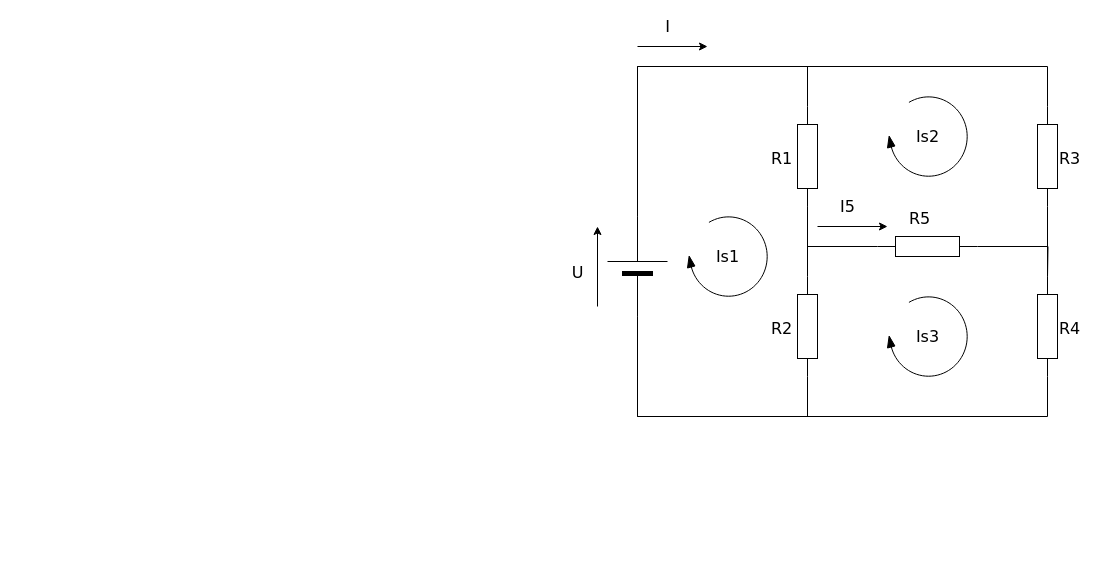
This is Untitled Diagram.drawio from glennquah/Bites-by-Bytes, a draw.io file, before an edit. Source tidied: cells renumbered, new cells numbered last; positions are measured from the earlier drawing's top-left corner, leaving out a move shared by most shapes. Both pictures are drawn from the tidied source at 100%, with x=0, y=0 at pixel (587, 46). Pictures stored in the file or linked from it are replaced by grey dashed boxes.
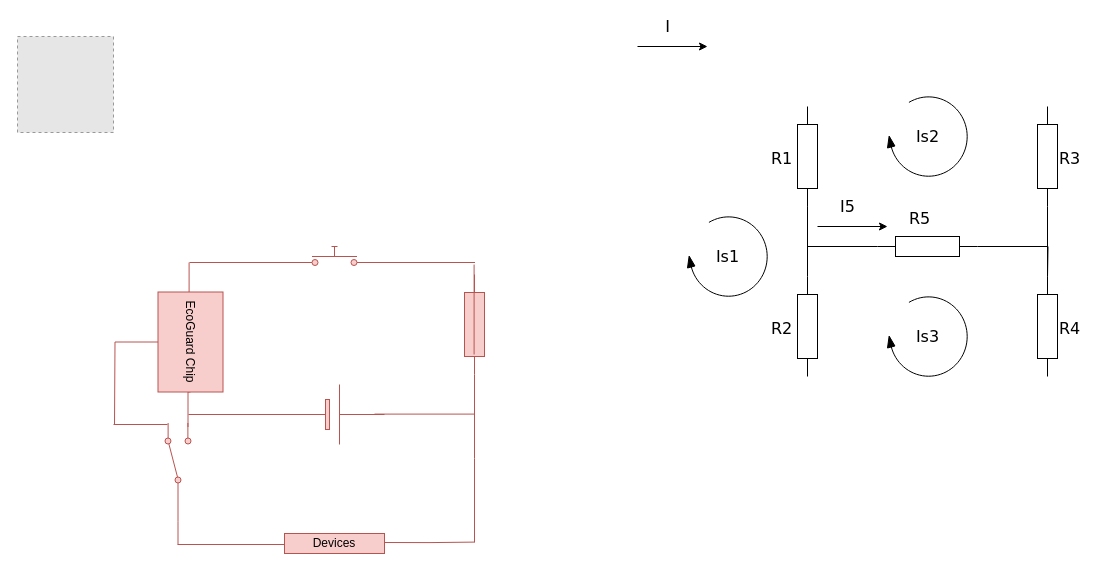
The same page after the edit.

The change refers to these unchanged cells:
```xml
<mxCell id="7" style="verticalLabelPosition=bottom;shadow=0;dashed=0;align=center;html=1;verticalAlign=top;strokeWidth=1;shape=mxgraph.electrical.resistors.resistor_1;rounded=1;comic=0;labelBackgroundColor=none;fontFamily=Verdana;fontSize=12;rotation=-90;" parent="1" vertex="1">
  <mxGeometry x="170" y="100" width="100" height="20" as="geometry" />
</mxCell>
<mxCell id="9" style="verticalLabelPosition=bottom;shadow=0;dashed=0;align=center;html=1;verticalAlign=top;strokeWidth=1;shape=mxgraph.electrical.resistors.resistor_1;rounded=1;comic=0;labelBackgroundColor=none;fontFamily=Verdana;fontSize=12;rotation=-90;" parent="1" vertex="1">
  <mxGeometry x="410" y="100" width="100" height="20" as="geometry" />
</mxCell>
<mxCell id="11" style="verticalLabelPosition=bottom;shadow=0;dashed=0;align=center;html=1;verticalAlign=top;strokeWidth=1;shape=mxgraph.electrical.resistors.resistor_1;rounded=1;comic=0;labelBackgroundColor=none;fontFamily=Verdana;fontSize=12;rotation=-90;" parent="1" vertex="1">
  <mxGeometry x="170" y="270" width="100" height="20" as="geometry" />
</mxCell>
<mxCell id="13" style="verticalLabelPosition=bottom;shadow=0;dashed=0;align=center;html=1;verticalAlign=top;strokeWidth=1;shape=mxgraph.electrical.resistors.resistor_1;rounded=1;comic=0;labelBackgroundColor=none;fontFamily=Verdana;fontSize=12;rotation=-90;" parent="1" vertex="1">
  <mxGeometry x="410" y="270" width="100" height="20" as="geometry" />
</mxCell>
```

What changed in the source:
```diff
@@
-    <mxCell id="2" style="edgeStyle=orthogonalEdgeStyle;rounded=0;html=1;exitX=1;exitY=0.5;exitPerimeter=0;entryX=1;entryY=0.5;entryPerimeter=0;labelBackgroundColor=none;startArrow=none;startFill=0;startSize=5;endArrow=none;endFill=0;endSize=5;jettySize=auto;strokeWidth=1;fontFamily=Verdana;fontSize=12;" parent="1" edge="1" source="4" target="7">
-      <mxGeometry relative="1" as="geometry">
-        <Array as="points">
-          <mxPoint x="50" y="20" />
-          <mxPoint x="220" y="20" />
-        </Array>
-      </mxGeometry>
-    </mxCell>
-    <mxCell id="3" style="edgeStyle=orthogonalEdgeStyle;rounded=0;html=1;exitX=1;exitY=0.5;exitPerimeter=0;entryX=1;entryY=0.5;entryPerimeter=0;labelBackgroundColor=none;startArrow=none;startFill=0;startSize=5;endArrow=none;endFill=0;endSize=5;jettySize=auto;strokeWidth=1;fontFamily=Verdana;fontSize=12;" parent="1" edge="1" source="4" target="9">
-      <mxGeometry relative="1" as="geometry">
-        <Array as="points">
-          <mxPoint x="50" y="20" />
-          <mxPoint x="460" y="20" />
-        </Array>
-      </mxGeometry>
-    </mxCell>
+    <mxCell id="27" style="edgeStyle=orthogonalEdgeStyle;rounded=0;jettySize=auto;html=1;endArrow=none;endFill=0;exitX=1;exitY=0.5;exitDx=0;exitDy=0;exitPerimeter=0;fillColor=#f8cecc;strokeColor=#b85450;" parent="1" edge="1" source="28">
+      <mxGeometry relative="1" as="geometry">
+        <mxPoint x="-113" y="496" as="targetPoint" />
+      </mxGeometry>
+    </mxCell>
+    <mxCell id="28" style="verticalLabelPosition=bottom;shadow=0;dashed=0;align=center;html=1;verticalAlign=top;shape=mxgraph.electrical.resistors.resistor_1;rotation=90;fillColor=#f8cecc;strokeColor=#b85450;" parent="1" vertex="1">
+      <mxGeometry x="-163" y="268" width="100" height="20" as="geometry" />
+    </mxCell>
+    <mxCell id="29" style="edgeStyle=orthogonalEdgeStyle;rounded=0;orthogonalLoop=1;jettySize=auto;html=1;endArrow=none;endFill=0;fillColor=#f8cecc;strokeColor=#b85450;" parent="1" edge="1">
+      <mxGeometry relative="1" as="geometry">
+        <mxPoint x="-299" y="368" as="sourcePoint" />
+        <mxPoint x="-399" y="368" as="targetPoint" />
+      </mxGeometry>
+    </mxCell>
-    <mxCell id="4" style="verticalLabelPosition=bottom;shadow=0;dashed=0;align=center;fillColor=#000000;html=1;verticalAlign=top;strokeWidth=1;shape=mxgraph.electrical.miscellaneous.monocell_battery;rounded=1;comic=0;labelBackgroundColor=none;fontFamily=Verdana;fontSize=12;rotation=-90;" parent="1" vertex="1">
-      <mxGeometry y="190" width="100" height="60" as="geometry" />
+    <mxCell id="4" style="verticalLabelPosition=bottom;shadow=0;dashed=0;align=center;fillColor=#f8cecc;html=1;verticalAlign=top;strokeWidth=1;shape=mxgraph.electrical.miscellaneous.monocell_battery;rounded=1;comic=0;labelBackgroundColor=none;fontFamily=Verdana;fontSize=12;rotation=0;strokeColor=#b85450;" parent="1" vertex="1">
+      <mxGeometry x="-303" y="338" width="100" height="60" as="geometry" />
     </mxCell>
@@
-    <mxCell id="10" style="edgeStyle=orthogonalEdgeStyle;rounded=0;html=1;exitX=0;exitY=0.5;exitPerimeter=0;entryX=0;entryY=0.5;entryPerimeter=0;labelBackgroundColor=none;startArrow=none;startFill=0;startSize=5;endArrow=none;endFill=0;endSize=5;jettySize=auto;strokeWidth=1;fontFamily=Verdana;fontSize=12;" parent="1" edge="1" source="11" target="4">
-      <mxGeometry relative="1" as="geometry">
-        <Array as="points">
-          <mxPoint x="220" y="370" />
-          <mxPoint x="50" y="370" />
-        </Array>
-      </mxGeometry>
-    </mxCell>
@@
-    <mxCell id="12" style="edgeStyle=orthogonalEdgeStyle;rounded=0;html=1;exitX=0;exitY=0.5;exitPerimeter=0;entryX=0;entryY=0.5;entryPerimeter=0;labelBackgroundColor=none;startArrow=none;startFill=0;startSize=5;endArrow=none;endFill=0;endSize=5;jettySize=auto;strokeWidth=1;fontFamily=Verdana;fontSize=12;" parent="1" edge="1" source="13" target="4">
-      <mxGeometry relative="1" as="geometry">
-        <Array as="points">
-          <mxPoint x="460" y="370" />
-          <mxPoint x="50" y="370" />
-        </Array>
-      </mxGeometry>
-    </mxCell>
@@
-    <mxCell id="22" value="U" style="endArrow=classic;html=1;labelBackgroundColor=none;strokeWidth=1;fontFamily=Verdana;fontSize=16;" parent="1" edge="1">
-      <mxGeometry x="-0.14" y="20" relative="1" as="geometry">
-        <mxPoint x="10" y="260" as="sourcePoint" />
-        <mxPoint x="10" y="180" as="targetPoint" />
-      </mxGeometry>
-    </mxCell>
@@
+    <mxCell id="30" style="fillColor=#E6E6E6;strokeColor=#999999;dashed=1;verticalLabelPosition=bottom;labelBackgroundColor=default;verticalAlign=top;" parent="1" vertex="1">
+      <mxGeometry x="-570" y="-10" width="96" height="96" as="geometry" />
+    </mxCell>
+    <mxCell id="31" style="edgeStyle=orthogonalEdgeStyle;rounded=0;orthogonalLoop=1;jettySize=auto;html=1;endArrow=none;endFill=0;fillColor=#f8cecc;strokeColor=#b85450;" parent="1" edge="1">
+      <mxGeometry relative="1" as="geometry">
+        <mxPoint x="-285.5" y="216" as="sourcePoint" />
+        <mxPoint x="-398" y="216" as="targetPoint" />
+      </mxGeometry>
+    </mxCell>
+    <mxCell id="32" style="html=1;shape=mxgraph.electrical.electro-mechanical.pushbutton;elSwitchState=off;fillColor=#f8cecc;strokeColor=#b85450;" parent="1" vertex="1">
+      <mxGeometry x="-290.5" y="200" width="75" height="20" as="geometry" />
+    </mxCell>
+    <mxCell id="33" style="edgeStyle=orthogonalEdgeStyle;rounded=0;jettySize=auto;html=1;entryX=1;entryY=0.8;entryDx=0;entryDy=0;endArrow=none;endFill=0;exitX=1;exitY=0.5;exitDx=0;exitDy=0;fillColor=#f8cecc;strokeColor=#b85450;" parent="1" edge="1" source="45">
+      <mxGeometry relative="1" as="geometry">
+        <mxPoint x="-399.5" y="380.5" as="targetPoint" />
+      </mxGeometry>
+    </mxCell>
+    <mxCell id="34" style="edgeStyle=orthogonalEdgeStyle;rounded=0;orthogonalLoop=1;jettySize=auto;html=1;entryX=1;entryY=0.8;entryDx=0;entryDy=0;endArrow=none;endFill=0;fillColor=#f8cecc;strokeColor=#b85450;" parent="1" edge="1">
+      <mxGeometry relative="1" as="geometry">
+        <mxPoint x="-398.4" y="216" as="sourcePoint" />
+        <mxPoint x="-398.4" y="249" as="targetPoint" />
+      </mxGeometry>
+    </mxCell>
+    <mxCell id="35" style="edgeStyle=orthogonalEdgeStyle;rounded=0;orthogonalLoop=1;jettySize=auto;html=1;endArrow=none;endFill=0;fillColor=#f8cecc;strokeColor=#b85450;" parent="1" edge="1">
+      <mxGeometry relative="1" as="geometry">
+        <mxPoint x="-113.4" y="218" as="sourcePoint" />
+        <mxPoint x="-113.4" y="308" as="targetPoint" />
+      </mxGeometry>
+    </mxCell>
+    <mxCell id="36" style="edgeStyle=orthogonalEdgeStyle;rounded=0;orthogonalLoop=1;jettySize=auto;html=1;endArrow=none;endFill=0;fillColor=#f8cecc;strokeColor=#b85450;" parent="1" edge="1">
+      <mxGeometry relative="1" as="geometry">
+        <mxPoint x="-112.5" y="216" as="sourcePoint" />
+        <mxPoint x="-225" y="216" as="targetPoint" />
+      </mxGeometry>
+    </mxCell>
+    <mxCell id="37" style="edgeStyle=orthogonalEdgeStyle;rounded=0;orthogonalLoop=1;jettySize=auto;html=1;endArrow=none;endFill=0;fillColor=#f8cecc;strokeColor=#b85450;" parent="1" edge="1">
+      <mxGeometry relative="1" as="geometry">
+        <mxPoint x="-113" y="367.6" as="sourcePoint" />
+        <mxPoint x="-213" y="367.6" as="targetPoint" />
+      </mxGeometry>
+    </mxCell>
+    <mxCell id="38" style="edgeStyle=orthogonalEdgeStyle;rounded=0;jettySize=auto;html=1;endArrow=none;endFill=0;fillColor=#f8cecc;strokeColor=#b85450;" parent="1" edge="1" source="39">
+      <mxGeometry relative="1" as="geometry">
+        <mxPoint x="-409.5" y="498" as="targetPoint" />
+      </mxGeometry>
+    </mxCell>
+    <mxCell id="39" style="html=1;shape=mxgraph.electrical.electro-mechanical.twoWaySwitch;elSwitchState=2;rotation=-90;fillColor=#f8cecc;strokeColor=#b85450;" parent="1" vertex="1">
+      <mxGeometry x="-447" y="401" width="75" height="26" as="geometry" />
+    </mxCell>
+    <mxCell id="40" style="edgeStyle=orthogonalEdgeStyle;rounded=0;orthogonalLoop=1;jettySize=auto;html=1;endArrow=none;endFill=0;fillColor=#f8cecc;strokeColor=#b85450;" parent="1" edge="1">
+      <mxGeometry relative="1" as="geometry">
+        <mxPoint x="-420" y="378" as="sourcePoint" />
+        <mxPoint x="-474" y="378" as="targetPoint" />
+      </mxGeometry>
+    </mxCell>
+    <mxCell id="41" style="edgeStyle=orthogonalEdgeStyle;rounded=0;jettySize=auto;html=1;endArrow=none;endFill=0;exitX=0.5;exitY=1;exitDx=0;exitDy=0;fillColor=#f8cecc;strokeColor=#b85450;" parent="1" edge="1" source="45">
+      <mxGeometry relative="1" as="geometry">
+        <mxPoint x="-473" y="378" as="targetPoint" />
+      </mxGeometry>
+    </mxCell>
+    <mxCell id="42" style="edgeStyle=orthogonalEdgeStyle;rounded=0;orthogonalLoop=1;jettySize=auto;html=1;endArrow=none;endFill=0;fillColor=#f8cecc;strokeColor=#b85450;" parent="1" edge="1">
+      <mxGeometry relative="1" as="geometry">
+        <mxPoint x="-300" y="498" as="sourcePoint" />
+        <mxPoint x="-410" y="498" as="targetPoint" />
+      </mxGeometry>
+    </mxCell>
+    <mxCell id="43" value="Devices" style="rounded=0;whiteSpace=wrap;html=1;fillColor=#f8cecc;strokeColor=#b85450;" parent="1" vertex="1">
+      <mxGeometry x="-303" y="487" width="100" height="20" as="geometry" />
+    </mxCell>
+    <mxCell id="44" style="edgeStyle=orthogonalEdgeStyle;rounded=0;orthogonalLoop=1;jettySize=auto;html=1;endArrow=none;endFill=0;fillColor=#f8cecc;strokeColor=#b85450;" parent="1" edge="1">
+      <mxGeometry relative="1" as="geometry">
+        <mxPoint x="-113" y="495.6" as="sourcePoint" />
+        <mxPoint x="-203" y="496" as="targetPoint" />
+      </mxGeometry>
+    </mxCell>
+    <mxCell id="45" value="EcoGuard Chip" style="rounded=0;whiteSpace=wrap;html=1;rotation=90;fillColor=#f8cecc;strokeColor=#b85450;" parent="1" vertex="1">
+      <mxGeometry x="-447" y="263" width="100" height="65" as="geometry" />
+    </mxCell>
```
